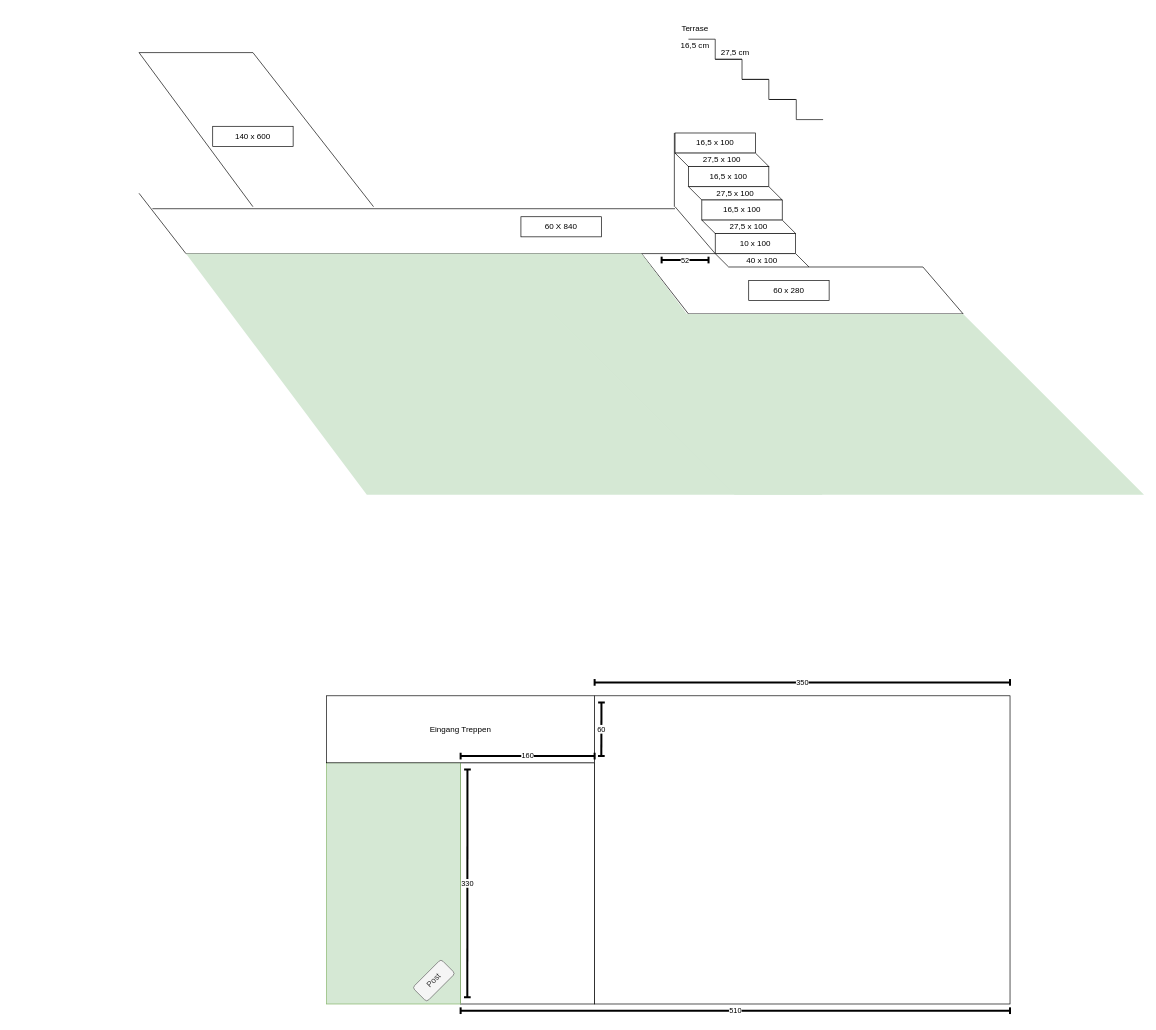
The draw.io diagram drawio/Unbenanntes Diagramm.drawio in ParisaMousavi/wordpress, before the edit. Source tidied: cells renumbered, new cells numbered last; positions are measured from the earlier drawing's top-left corner, leaving out a move shared by most shapes. Both pictures are drawn from the tidied source at 67%, with x=0, y=0 at pixel (139, 19).
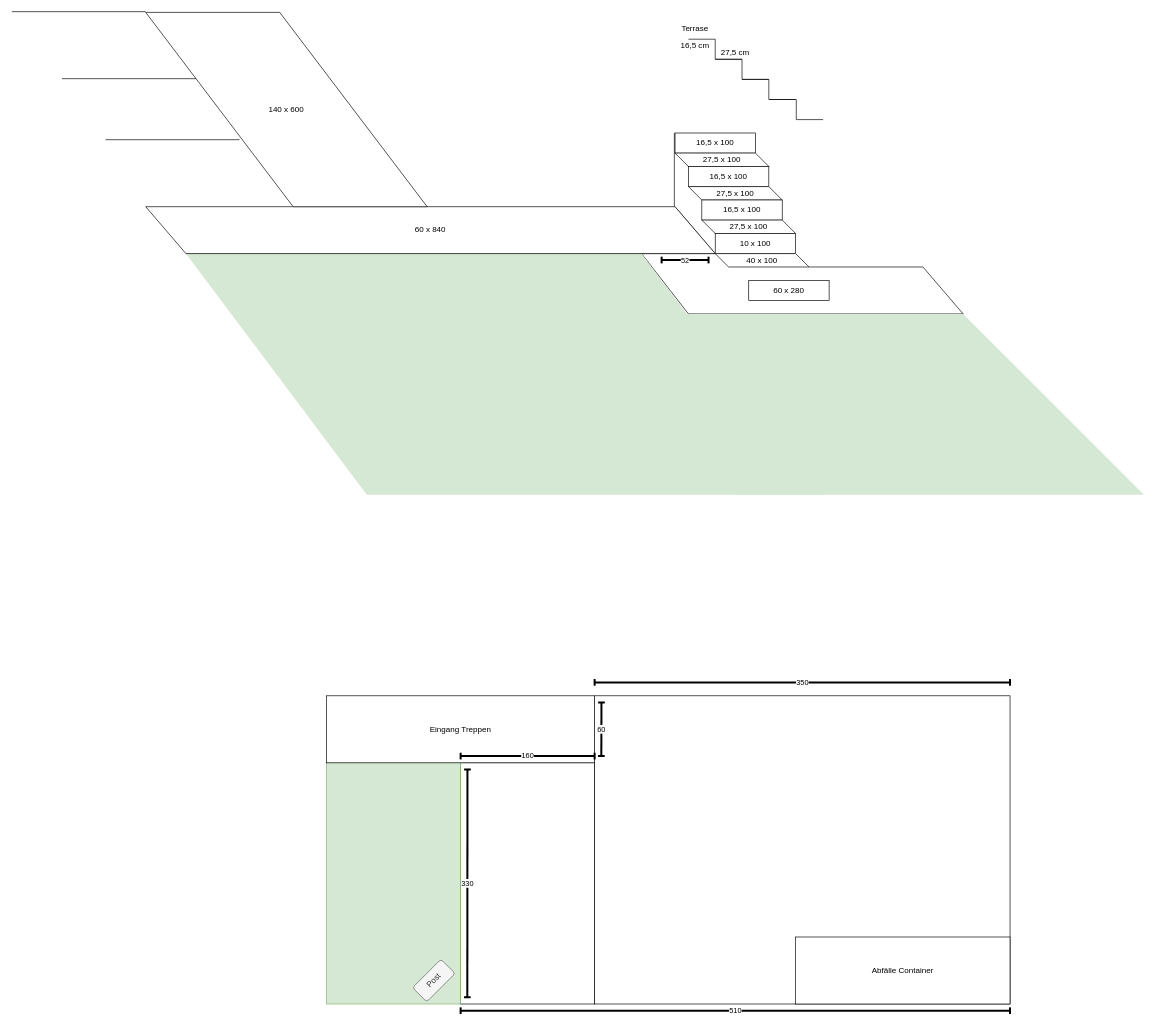
The same diagram, later.

Change to the diagram source:
```diff
@@
-    <mxCell id="24" style="endArrow=none;html=1;rounded=0;" parent="1" edge="1">
-      <mxGeometry relative="1" as="geometry">
-        <mxPoint x="20" y="283" as="sourcePoint" />
-        <mxPoint x="800" y="283" as="targetPoint" />
-      </mxGeometry>
-    </mxCell>
@@
-    <mxCell id="26" value="60 X 840" style="rounded=0;whiteSpace=wrap;html=1;" parent="1" vertex="1">
-      <mxGeometry x="570" y="295" width="120" height="30" as="geometry" />
-    </mxCell>
-    <mxCell id="27" style="endArrow=none;html=1;rounded=0;" parent="1" edge="1">
-      <mxGeometry relative="1" as="geometry">
-        <mxPoint y="260" as="sourcePoint" />
-        <mxPoint x="70" y="350" as="targetPoint" />
-      </mxGeometry>
-    </mxCell>
-    <mxCell id="28" style="endArrow=none;html=1;rounded=0;" parent="1" edge="1">
-      <mxGeometry relative="1" as="geometry">
-        <mxPoint y="50" as="sourcePoint" />
-        <mxPoint x="170" y="280" as="targetPoint" />
-      </mxGeometry>
-    </mxCell>
-    <mxCell id="29" style="endArrow=none;html=1;rounded=0;" parent="1" edge="1">
-      <mxGeometry relative="1" as="geometry">
-        <mxPoint x="170" y="50" as="sourcePoint" />
-        <mxPoint x="350" y="280" as="targetPoint" />
-      </mxGeometry>
-    </mxCell>
-    <mxCell id="30" style="endArrow=none;html=1;rounded=0;" parent="1" edge="1">
-      <mxGeometry relative="1" as="geometry">
-        <mxPoint y="50" as="sourcePoint" />
-        <mxPoint x="170" y="50" as="targetPoint" />
-      </mxGeometry>
-    </mxCell>
-    <mxCell id="31" value="140 x 600" style="rounded=0;whiteSpace=wrap;html=1;" parent="1" vertex="1">
-      <mxGeometry x="110" y="160" width="120" height="30" as="geometry" />
-    </mxCell>
-    <mxCell id="32" style="rounded=0;whiteSpace=wrap;html=1;fillColor=none;" parent="1" vertex="1">
+    <mxCell id="32" style="rounded=0;whiteSpace=wrap;html=1;fillColor=default;" parent="1" vertex="1">
       <mxGeometry x="480" y="1110" width="200" height="360" as="geometry" />
     </mxCell>
@@
+    <mxCell id="45" value="60 x 840" style="shape=parallelogram;perimeter=parallelogramPerimeter;whiteSpace=wrap;html=1;fixedSize=1;rotation=0;direction=west;flipH=1;size=60;" parent="1" vertex="1">
+      <mxGeometry x="10" y="280" width="850" height="70" as="geometry" />
+    </mxCell>
+    <mxCell id="31" value="140 x 600" style="shape=parallelogram;perimeter=parallelogramPerimeter;whiteSpace=wrap;html=1;fixedSize=1;rotation=0;direction=west;flipH=1;size=220;" parent="1" vertex="1">
+      <mxGeometry x="10" y="-10" width="420" height="290" as="geometry" />
+    </mxCell>
+    <mxCell id="46" style="endArrow=none;html=1;strokeWidth=1;rounded=0;" parent="1" edge="1">
+      <mxGeometry relative="1" as="geometry">
+        <mxPoint x="-50" y="180" as="sourcePoint" />
+        <mxPoint x="150" y="180" as="targetPoint" />
+      </mxGeometry>
+    </mxCell>
+    <mxCell id="47" style="endArrow=none;html=1;strokeWidth=1;rounded=0;" parent="1" edge="1">
+      <mxGeometry relative="1" as="geometry">
+        <mxPoint x="-115" y="88.9" as="sourcePoint" />
+        <mxPoint x="85" y="88.9" as="targetPoint" />
+      </mxGeometry>
+    </mxCell>
+    <mxCell id="48" style="endArrow=none;html=1;strokeWidth=1;rounded=0;" parent="1" edge="1">
+      <mxGeometry relative="1" as="geometry">
+        <mxPoint x="-190" y="-11.1" as="sourcePoint" />
+        <mxPoint x="10" y="-11.1" as="targetPoint" />
+      </mxGeometry>
+    </mxCell>
+    <mxCell id="49" value="Abfälle Container" style="rounded=0;whiteSpace=wrap;html=1;" parent="1" vertex="1">
+      <mxGeometry x="980" y="1370" width="320" height="100" as="geometry" />
+    </mxCell>
```
